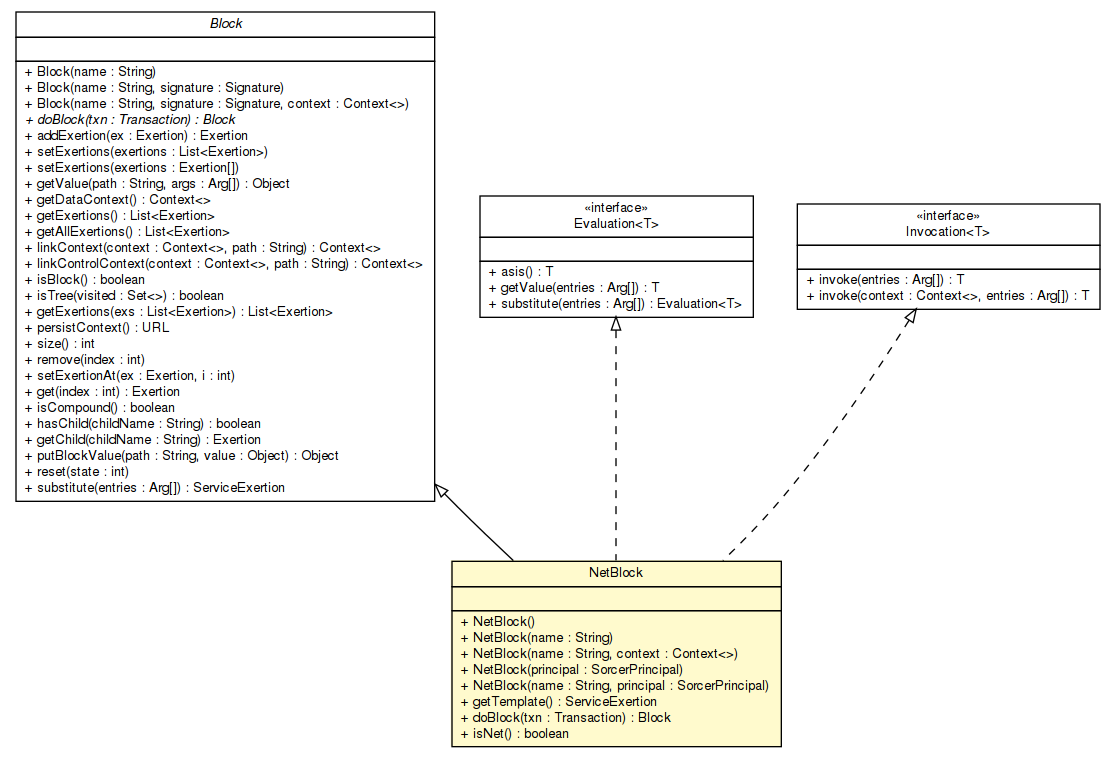
Earlier version of the Graphviz export apidocs/sorcer/core/exertion/NetBlock.png (sorcersoft/sorcersoft.github.io). Its source is kept beside it as apidocs/sorcer/core/exertion/NetBlock.dot.
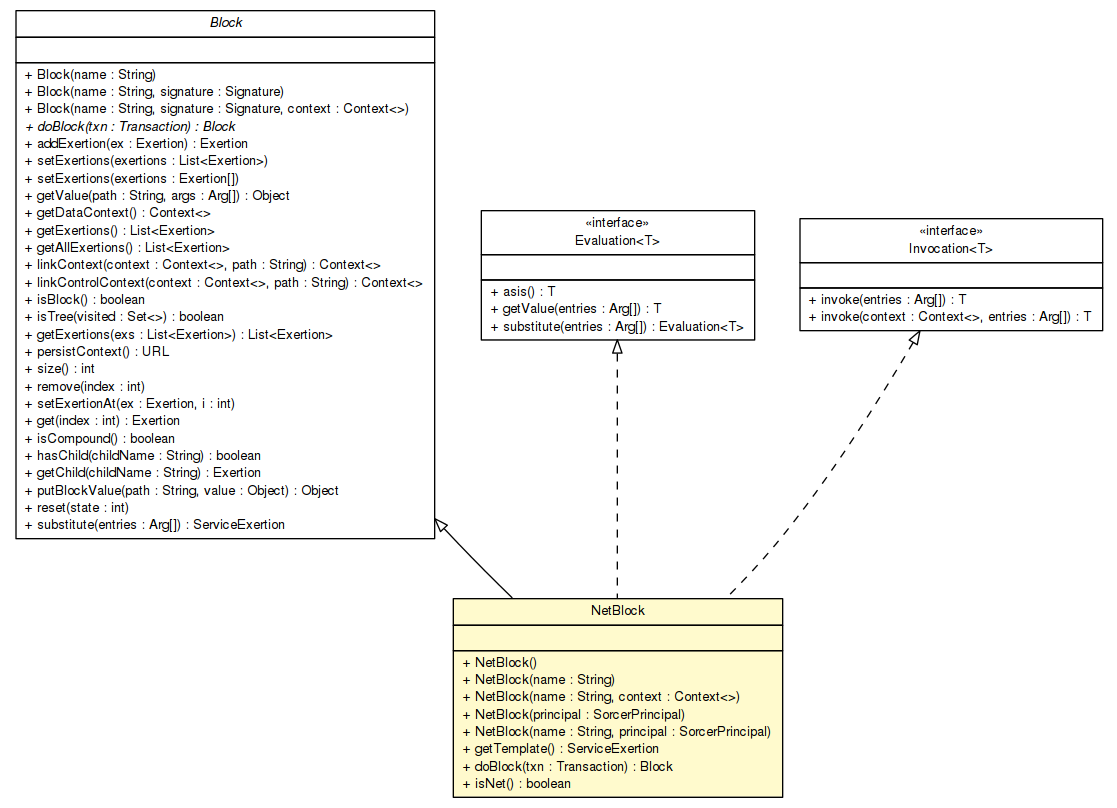
After the commit.

Change to the diagram source:
```diff
@@ -4,7 +4,7 @@
 	node [fontname="Helvetica",fontsize=10,shape=plaintext];
 	nodesep=0.25;
 	ranksep=0.5;
-	c303320 [label=<<table title="sorcer.service.Block" border="0" cellborder="1" cellspacing="0" cellpadding="2" port="p" href="../../service/Block.html">
+	c344054 [label=<<table title="sorcer.service.Block" border="0" cellborder="1" cellspacing="0" cellpadding="2" port="p" href="../../service/Block.html">
 		<tr><td><table border="0" cellspacing="0" cellpadding="1">
 <tr><td align="center" balign="center"><font face="Helvetica-Oblique"> Block </font></td></tr>
 		</table></td></tr>
@@ -41,7 +41,7 @@
 <tr><td align="left" balign="left"> + substitute(entries : Arg[]) : ServiceExertion </td></tr>
 		</table></td></tr>
 		</table>>, URL="../../service/Block.html", fontname="Helvetica", fontcolor="black", fontsize=10.0];
-	c303324 [label=<<table title="sorcer.service.Evaluation" border="0" cellborder="1" cellspacing="0" cellpadding="2" port="p" href="../../service/Evaluation.html">
+	c344087 [label=<<table title="sorcer.service.Evaluation" border="0" cellborder="1" cellspacing="0" cellpadding="2" port="p" href="../../service/Evaluation.html">
 		<tr><td><table border="0" cellspacing="0" cellpadding="1">
 <tr><td align="center" balign="center"> &#171;interface&#187; </td></tr>
 <tr><td align="center" balign="center"> Evaluation&lt;T&gt; </td></tr>
@@ -55,7 +55,7 @@
 <tr><td align="left" balign="left"> + substitute(entries : Arg[]) : Evaluation&lt;T&gt; </td></tr>
 		</table></td></tr>
 		</table>>, URL="../../service/Evaluation.html", fontname="Helvetica", fontcolor="black", fontsize=10.0];
-	c303360 [label=<<table title="sorcer.service.Invocation" border="0" cellborder="1" cellspacing="0" cellpadding="2" port="p" href="../../service/Invocation.html">
+	c344104 [label=<<table title="sorcer.service.Invocation" border="0" cellborder="1" cellspacing="0" cellpadding="2" port="p" href="../../service/Invocation.html">
 		<tr><td><table border="0" cellspacing="0" cellpadding="1">
 <tr><td align="center" balign="center"> &#171;interface&#187; </td></tr>
 <tr><td align="center" balign="center"> Invocation&lt;T&gt; </td></tr>
@@ -68,7 +68,7 @@
 <tr><td align="left" balign="left"> + invoke(context : Context&lt;&gt;, entries : Arg[]) : T </td></tr>
 		</table></td></tr>
 		</table>>, URL="../../service/Invocation.html", fontname="Helvetica", fontcolor="black", fontsize=10.0];
-	c303525 [label=<<table title="sorcer.core.exertion.NetBlock" border="0" cellborder="1" cellspacing="0" cellpadding="2" port="p" bgcolor="lemonChiffon" href="./NetBlock.html">
+	c344349 [label=<<table title="sorcer.core.exertion.NetBlock" border="0" cellborder="1" cellspacing="0" cellpadding="2" port="p" bgcolor="lemonChiffon" href="./NetBlock.html">
 		<tr><td><table border="0" cellspacing="0" cellpadding="1">
 <tr><td align="center" balign="center"> NetBlock </td></tr>
 		</table></td></tr>
@@ -86,7 +86,7 @@
 <tr><td align="left" balign="left"> + isNet() : boolean </td></tr>
 		</table></td></tr>
 		</table>>, URL="./NetBlock.html", fontname="Helvetica", fontcolor="black", fontsize=10.0];
-	c303320:p -> c303525:p [dir=back,arrowtail=empty];
-	c303324:p -> c303525:p [dir=back,arrowtail=empty,style=dashed];
-	c303360:p -> c303525:p [dir=back,arrowtail=empty,style=dashed];
+	c344054:p -> c344349:p [dir=back,arrowtail=empty];
+	c344087:p -> c344349:p [dir=back,arrowtail=empty,style=dashed];
+	c344104:p -> c344349:p [dir=back,arrowtail=empty,style=dashed];
 }
```
